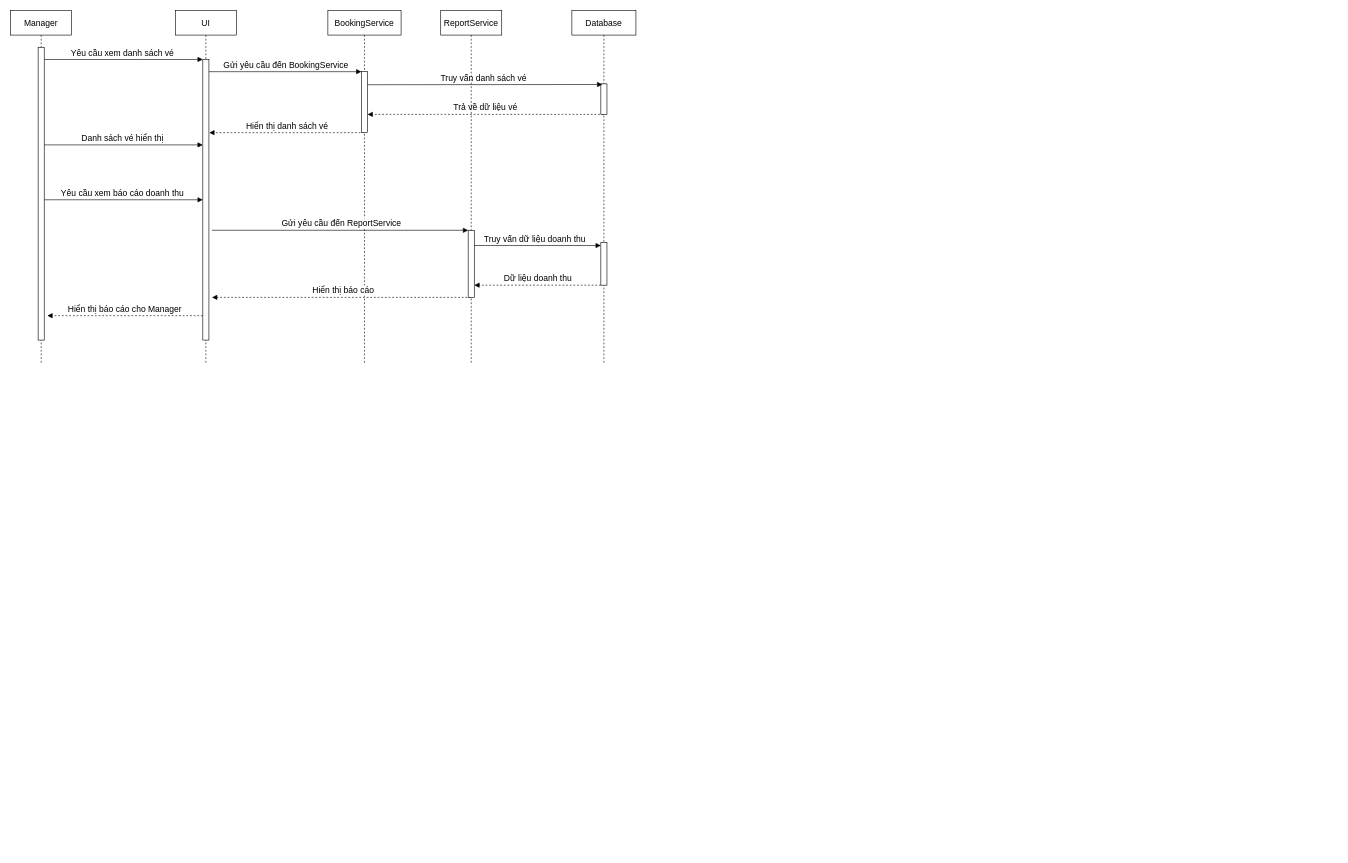
Before: sequence3.drawio in anhquan1111/PBL3, a draw.io diagram. Source tidied: cells renumbered, new cells numbered last; positions are measured from the earlier drawing's top-left corner, leaving out a move shared by most shapes. Both pictures are drawn from the tidied source at 61%, with x=0, y=0 at pixel (10, 10).
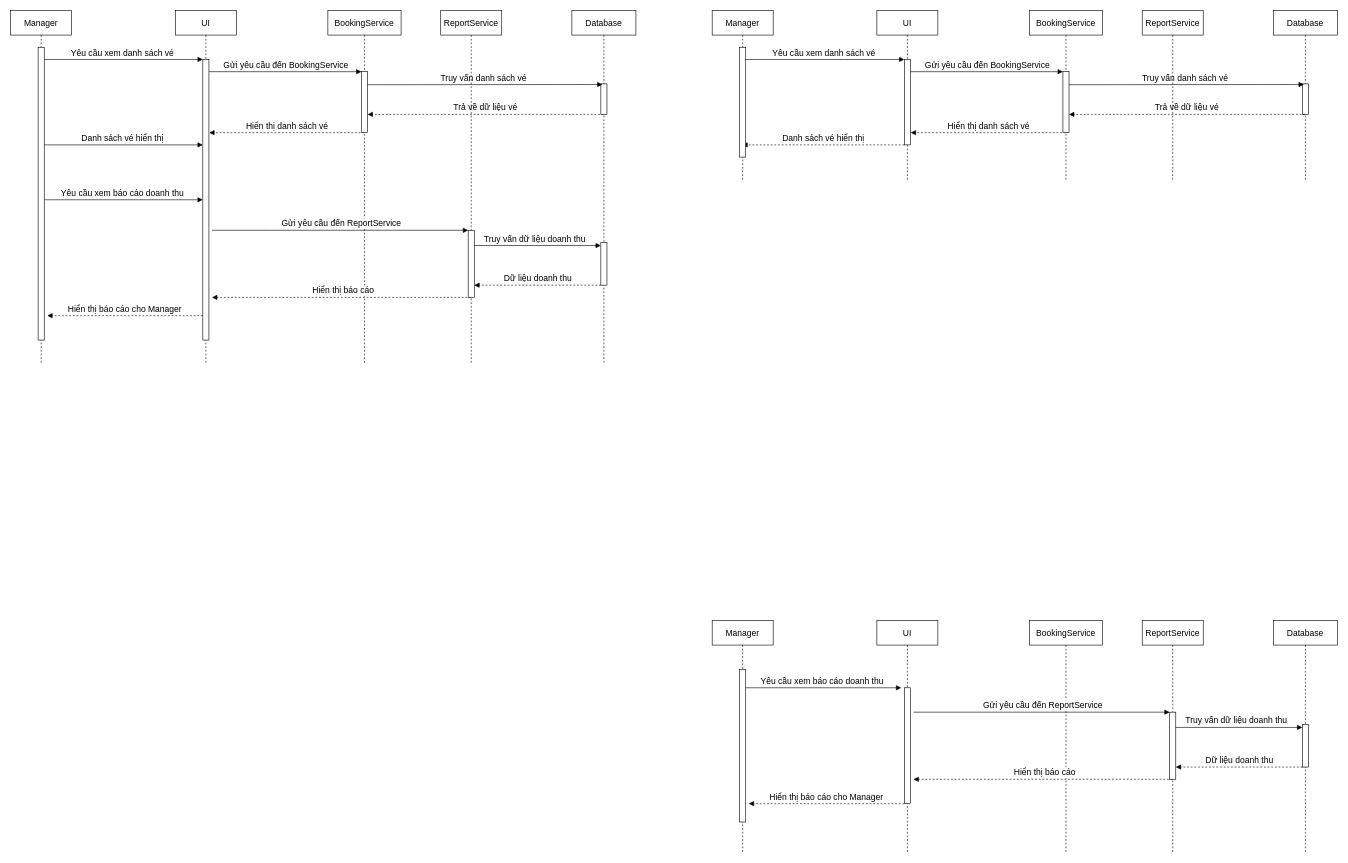
Above is the later version.

Commit message:
Cập nhật sequence3.drawio

Diff of the diagram source:
```diff
@@
+    <mxCell id="25" value="BookingService" style="shape=umlLifeline;perimeter=lifelinePerimeter;whiteSpace=wrap;html=1;outlineConnect=0;portConstraint=eastwest;newEdgeStyle={&quot;edgeStyle&quot;:&quot;elbowEdgeStyle&quot;,&quot;elbow&quot;:&quot;vertical&quot;,&quot;curved&quot;:0,&quot;rounded&quot;:0};fontSize=14;" parent="1" vertex="1">
+      <mxGeometry x="1670" width="120" height="280" as="geometry" />
+    </mxCell>
+    <mxCell id="26" value="Yêu cầu xem danh sách vé" style="html=1;verticalAlign=bottom;endArrow=block;edgeStyle=elbowEdgeStyle;elbow=vertical;curved=0;rounded=0;fontSize=14;" parent="1" edge="1" source="36" target="34">
+      <mxGeometry relative="1" as="geometry">
+        <Array as="points">
+          <mxPoint x="1365" y="80" />
+        </Array>
+      </mxGeometry>
+    </mxCell>
+    <mxCell id="27" value="Hiển thị danh sách vé" style="html=1;verticalAlign=bottom;endArrow=block;edgeStyle=elbowEdgeStyle;elbow=horizontal;curved=0;rounded=0;fontSize=14;dashed=1;" parent="1" edge="1" source="25">
+      <mxGeometry relative="1" as="geometry">
+        <mxPoint x="1475.5" y="200" as="targetPoint" />
+        <Array as="points">
+          <mxPoint x="1565.5" y="200" />
+        </Array>
+      </mxGeometry>
+    </mxCell>
+    <mxCell id="28" value="Gửi yêu cầu đến BookingService" style="html=1;verticalAlign=bottom;endArrow=block;edgeStyle=elbowEdgeStyle;elbow=horizontal;curved=0;rounded=0;fontSize=14;" parent="1" edge="1" source="34" target="38">
+      <mxGeometry x="0.01" relative="1" as="geometry">
+        <Array as="points">
+          <mxPoint x="1565" y="100" />
+        </Array>
+      </mxGeometry>
+    </mxCell>
+    <mxCell id="29" value="Danh sách vé hiển thị" style="html=1;verticalAlign=bottom;endArrow=block;edgeStyle=elbowEdgeStyle;elbow=vertical;curved=0;rounded=0;fontSize=14;dashed=1;" parent="1" edge="1" target="36">
+      <mxGeometry relative="1" as="geometry">
+        <mxPoint x="1465" y="220" as="sourcePoint" />
+        <Array as="points">
+          <mxPoint x="1365" y="220" />
+        </Array>
+      </mxGeometry>
+    </mxCell>
+    <mxCell id="30" value="Database" style="shape=umlLifeline;perimeter=lifelinePerimeter;whiteSpace=wrap;html=1;newEdgeStyle={&quot;edgeStyle&quot;:&quot;elbowEdgeStyle&quot;,&quot;elbow&quot;:&quot;vertical&quot;,&quot;curved&quot;:0,&quot;rounded&quot;:0};fontSize=14;" parent="1" vertex="1">
+      <mxGeometry x="2070" width="105" height="280" as="geometry" />
+    </mxCell>
+    <mxCell id="31" style="html=1;points=[];perimeter=orthogonalPerimeter;outlineConnect=0;targetShapes=umlLifeline;portConstraint=eastwest;newEdgeStyle={&quot;edgeStyle&quot;:&quot;elbowEdgeStyle&quot;,&quot;elbow&quot;:&quot;vertical&quot;,&quot;curved&quot;:0,&quot;rounded&quot;:0};" parent="30" vertex="1">
+      <mxGeometry x="47.5" y="120" width="10" height="50" as="geometry" />
+    </mxCell>
+    <mxCell id="32" value="Trả về dữ liệu vé" style="html=1;verticalAlign=bottom;endArrow=block;edgeStyle=elbowEdgeStyle;elbow=horizontal;curved=0;rounded=0;fontSize=14;dashed=1;" parent="30" edge="1">
+      <mxGeometry relative="1" as="geometry">
+        <mxPoint x="52" y="170" as="sourcePoint" />
+        <mxPoint x="-335" y="170" as="targetPoint" />
+        <Array as="points">
+          <mxPoint x="-64.3" y="170" />
+        </Array>
+      </mxGeometry>
+    </mxCell>
+    <mxCell id="33" value="UI" style="shape=umlLifeline;perimeter=lifelinePerimeter;whiteSpace=wrap;html=1;newEdgeStyle={&quot;edgeStyle&quot;:&quot;elbowEdgeStyle&quot;,&quot;elbow&quot;:&quot;vertical&quot;,&quot;curved&quot;:0,&quot;rounded&quot;:0};fontSize=14;" parent="1" vertex="1">
+      <mxGeometry x="1420" width="100" height="280" as="geometry" />
+    </mxCell>
+    <mxCell id="34" style="html=1;points=[];perimeter=orthogonalPerimeter;outlineConnect=0;targetShapes=umlLifeline;portConstraint=eastwest;newEdgeStyle={&quot;edgeStyle&quot;:&quot;elbowEdgeStyle&quot;,&quot;elbow&quot;:&quot;vertical&quot;,&quot;curved&quot;:0,&quot;rounded&quot;:0};" parent="33" vertex="1">
+      <mxGeometry x="45" y="80" width="10" height="140" as="geometry" />
+    </mxCell>
+    <mxCell id="35" value="Truy vấn danh sách vé" style="html=1;verticalAlign=bottom;endArrow=block;edgeStyle=elbowEdgeStyle;elbow=vertical;curved=0;rounded=0;fontSize=14;exitX=0.5;exitY=0.214;exitDx=0;exitDy=0;exitPerimeter=0;entryX=0.25;entryY=0.02;entryDx=0;entryDy=0;entryPerimeter=0;" parent="1" edge="1" source="38" target="31">
+      <mxGeometry relative="1" as="geometry" />
+    </mxCell>
+    <mxCell id="36" value="Manager" style="shape=umlLifeline;perimeter=lifelinePerimeter;whiteSpace=wrap;html=1;outlineConnect=0;portConstraint=eastwest;newEdgeStyle={&quot;edgeStyle&quot;:&quot;elbowEdgeStyle&quot;,&quot;elbow&quot;:&quot;vertical&quot;,&quot;curved&quot;:0,&quot;rounded&quot;:0};fontSize=14;" parent="1" vertex="1">
+      <mxGeometry x="1150" width="100" height="280" as="geometry" />
+    </mxCell>
+    <mxCell id="37" style="html=1;perimeter=orthogonalPerimeter;targetShapes=umlLifeline;newEdgeStyle={&quot;edgeStyle&quot;:&quot;elbowEdgeStyle&quot;,&quot;elbow&quot;:&quot;vertical&quot;,&quot;curved&quot;:0,&quot;rounded&quot;:0};" parent="36" vertex="1">
+      <mxGeometry x="45" y="60" width="10" height="180" as="geometry" />
+    </mxCell>
+    <mxCell id="38" style="html=1;points=[];perimeter=orthogonalPerimeter;outlineConnect=0;targetShapes=umlLifeline;portConstraint=eastwest;newEdgeStyle={&quot;edgeStyle&quot;:&quot;elbowEdgeStyle&quot;,&quot;elbow&quot;:&quot;vertical&quot;,&quot;curved&quot;:0,&quot;rounded&quot;:0};" parent="1" vertex="1">
+      <mxGeometry x="1725" y="100" width="10" height="100" as="geometry" />
+    </mxCell>
+    <mxCell id="39" value="ReportService" style="shape=umlLifeline;perimeter=lifelinePerimeter;whiteSpace=wrap;html=1;newEdgeStyle={&quot;edgeStyle&quot;:&quot;elbowEdgeStyle&quot;,&quot;elbow&quot;:&quot;vertical&quot;,&quot;curved&quot;:0,&quot;rounded&quot;:0};fontSize=14;" parent="1" vertex="1">
+      <mxGeometry x="1855" width="100" height="280" as="geometry" />
+    </mxCell>
+    <mxCell id="40" value="BookingService" style="shape=umlLifeline;perimeter=lifelinePerimeter;whiteSpace=wrap;html=1;newEdgeStyle={&quot;edgeStyle&quot;:&quot;elbowEdgeStyle&quot;,&quot;elbow&quot;:&quot;vertical&quot;,&quot;curved&quot;:0,&quot;rounded&quot;:0};fontSize=14;" parent="1" vertex="1">
+      <mxGeometry x="1670" y="1000" width="120" height="380" as="geometry" />
+    </mxCell>
+    <mxCell id="41" value="Database" style="shape=umlLifeline;perimeter=lifelinePerimeter;whiteSpace=wrap;html=1;newEdgeStyle={&quot;edgeStyle&quot;:&quot;elbowEdgeStyle&quot;,&quot;elbow&quot;:&quot;vertical&quot;,&quot;curved&quot;:0,&quot;rounded&quot;:0};fontSize=14;" parent="1" vertex="1">
+      <mxGeometry x="2070" y="1000" width="105" height="380" as="geometry" />
+    </mxCell>
+    <mxCell id="42" value="UI" style="shape=umlLifeline;perimeter=lifelinePerimeter;whiteSpace=wrap;html=1;newEdgeStyle={&quot;edgeStyle&quot;:&quot;elbowEdgeStyle&quot;,&quot;elbow&quot;:&quot;vertical&quot;,&quot;curved&quot;:0,&quot;rounded&quot;:0};fontSize=14;" parent="1" vertex="1">
+      <mxGeometry x="1420" y="1000" width="100" height="380" as="geometry" />
+    </mxCell>
+    <mxCell id="43" value="Manager" style="shape=umlLifeline;perimeter=lifelinePerimeter;whiteSpace=wrap;html=1;newEdgeStyle={&quot;edgeStyle&quot;:&quot;elbowEdgeStyle&quot;,&quot;elbow&quot;:&quot;vertical&quot;,&quot;curved&quot;:0,&quot;rounded&quot;:0};fontSize=14;" parent="1" vertex="1">
+      <mxGeometry x="1150" y="1000" width="100" height="380" as="geometry" />
+    </mxCell>
+    <mxCell id="44" value="ReportService" style="shape=umlLifeline;perimeter=lifelinePerimeter;whiteSpace=wrap;html=1;newEdgeStyle={&quot;edgeStyle&quot;:&quot;elbowEdgeStyle&quot;,&quot;elbow&quot;:&quot;vertical&quot;,&quot;curved&quot;:0,&quot;rounded&quot;:0};fontSize=14;" parent="1" vertex="1">
+      <mxGeometry x="1855" y="1000" width="100" height="380" as="geometry" />
+    </mxCell>
+    <mxCell id="45" style="html=1;points=[];perimeter=orthogonalPerimeter;outlineConnect=0;targetShapes=umlLifeline;portConstraint=eastwest;newEdgeStyle={&quot;edgeStyle&quot;:&quot;elbowEdgeStyle&quot;,&quot;elbow&quot;:&quot;vertical&quot;,&quot;curved&quot;:0,&quot;rounded&quot;:0};" parent="1" vertex="1">
+      <mxGeometry x="2117.5" y="1170" width="10" height="70" as="geometry" />
+    </mxCell>
+    <mxCell id="46" style="html=1;perimeter=orthogonalPerimeter;targetShapes=umlLifeline;newEdgeStyle={&quot;edgeStyle&quot;:&quot;elbowEdgeStyle&quot;,&quot;elbow&quot;:&quot;vertical&quot;,&quot;curved&quot;:0,&quot;rounded&quot;:0};" parent="1" vertex="1">
+      <mxGeometry x="1465" y="1110" width="10" height="190" as="geometry" />
+    </mxCell>
+    <mxCell id="47" value="Yêu cầu xem báo cáo doanh thu" style="html=1;verticalAlign=bottom;endArrow=block;edgeStyle=elbowEdgeStyle;elbow=vertical;curved=0;rounded=0;fontSize=14;" parent="1" edge="1">
+      <mxGeometry relative="1" as="geometry">
+        <mxPoint x="1199" y="1110" as="sourcePoint" />
+        <mxPoint x="1460" y="1110" as="targetPoint" />
+      </mxGeometry>
+    </mxCell>
+    <mxCell id="48" value="Hiển thị báo cáo" style="html=1;verticalAlign=bottom;endArrow=block;edgeStyle=elbowEdgeStyle;elbow=horizontal;curved=0;rounded=0;fontSize=14;dashed=1;" parent="1" edge="1">
+      <mxGeometry x="-0.01" relative="1" as="geometry">
+        <mxPoint x="1904.5" y="1260" as="sourcePoint" />
+        <mxPoint x="1480" y="1260" as="targetPoint" />
+        <Array as="points">
+          <mxPoint x="1576.5" y="1260" />
+        </Array>
+      </mxGeometry>
+    </mxCell>
+    <mxCell id="49" value="Gửi yêu cầu đến ReportService" style="html=1;verticalAlign=bottom;endArrow=block;edgeStyle=elbowEdgeStyle;elbow=horizontal;curved=0;rounded=0;fontSize=14;" parent="1" edge="1">
+      <mxGeometry x="0.01" relative="1" as="geometry">
+        <mxPoint x="1480" y="1150" as="sourcePoint" />
+        <mxPoint x="1900" y="1150" as="targetPoint" />
+        <Array as="points">
+          <mxPoint x="1576" y="1150" />
+        </Array>
+      </mxGeometry>
+    </mxCell>
+    <mxCell id="50" value="Hiển thị báo cáo cho Manager" style="html=1;verticalAlign=bottom;endArrow=block;edgeStyle=elbowEdgeStyle;elbow=vertical;curved=0;rounded=0;fontSize=14;dashed=1;" parent="1" edge="1">
+      <mxGeometry relative="1" as="geometry">
+        <mxPoint x="1465" y="1300" as="sourcePoint" />
+        <mxPoint x="1210" y="1300" as="targetPoint" />
+        <Array as="points">
+          <mxPoint x="1376" y="1300" />
+        </Array>
+      </mxGeometry>
+    </mxCell>
+    <mxCell id="51" value="Truy vấn dữ liệu doanh thu" style="html=1;verticalAlign=bottom;endArrow=block;edgeStyle=elbowEdgeStyle;elbow=vertical;curved=0;rounded=0;fontSize=14;" parent="1" edge="1" target="45">
+      <mxGeometry relative="1" as="geometry">
+        <mxPoint x="1900" y="1175" as="sourcePoint" />
+      </mxGeometry>
+    </mxCell>
+    <mxCell id="52" value="Dữ liệu doanh thu" style="html=1;verticalAlign=bottom;endArrow=block;edgeStyle=elbowEdgeStyle;elbow=horizontal;curved=0;rounded=0;fontSize=14;dashed=1;" parent="1" edge="1" source="45">
+      <mxGeometry relative="1" as="geometry">
+        <mxPoint x="1910" y="1240" as="targetPoint" />
+        <Array as="points">
+          <mxPoint x="2011" y="1240" />
+        </Array>
+      </mxGeometry>
+    </mxCell>
+    <mxCell id="53" style="html=1;perimeter=orthogonalPerimeter;targetShapes=umlLifeline;newEdgeStyle={&quot;edgeStyle&quot;:&quot;elbowEdgeStyle&quot;,&quot;elbow&quot;:&quot;vertical&quot;,&quot;curved&quot;:0,&quot;rounded&quot;:0};" parent="1" vertex="1">
+      <mxGeometry x="1195" y="1080" width="10" height="250" as="geometry" />
+    </mxCell>
+    <mxCell id="54" style="html=1;perimeter=orthogonalPerimeter;targetShapes=umlLifeline;newEdgeStyle={&quot;edgeStyle&quot;:&quot;elbowEdgeStyle&quot;,&quot;elbow&quot;:&quot;vertical&quot;,&quot;curved&quot;:0,&quot;rounded&quot;:0};" parent="1" vertex="1">
+      <mxGeometry x="1900" y="1150" width="10" height="110" as="geometry" />
+    </mxCell>
```
